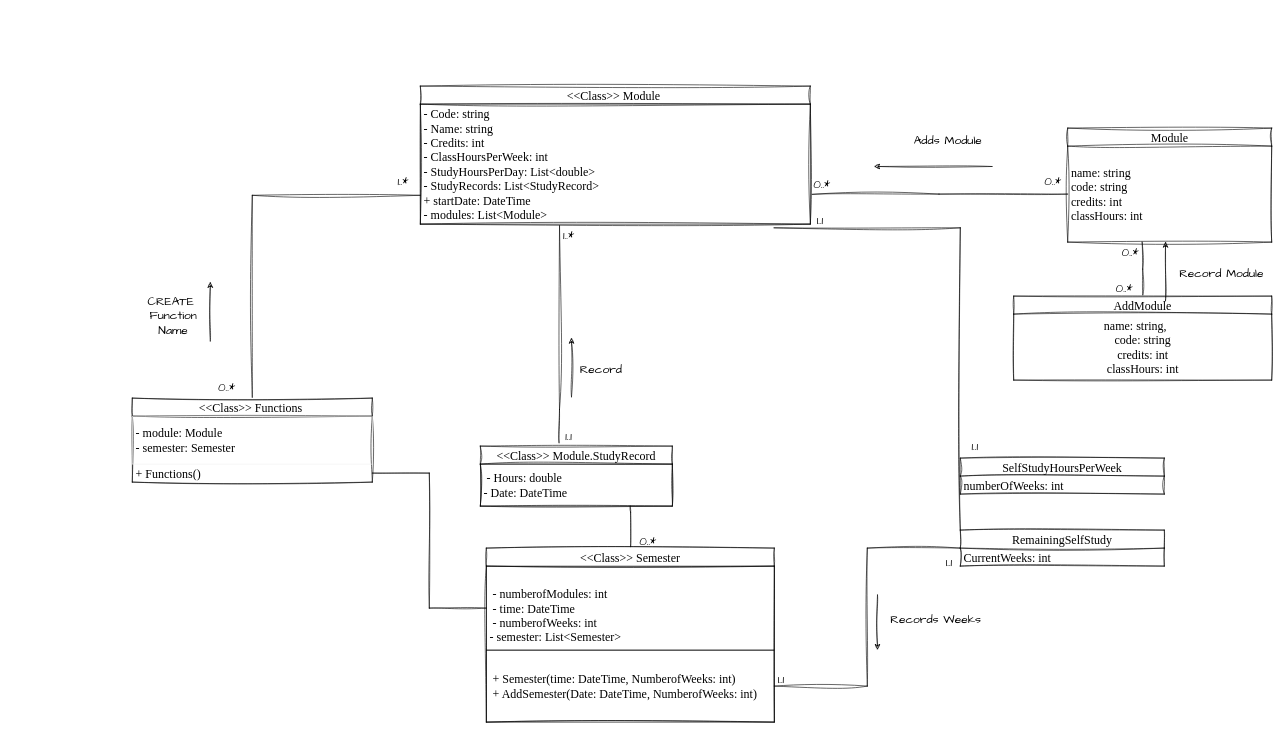
Earlier version of the draw.io diagram ModuleApp UML DIAGRAM.drawio (IIEWFL/prog6212-part-1-ST10089515). Source tidied: cells renumbered, new cells numbered last; positions are measured from the earlier drawing's top-left corner, leaving out a move shared by most shapes. Both pictures are drawn from the tidied source at 60%, with x=0, y=0 at pixel (132, 86).
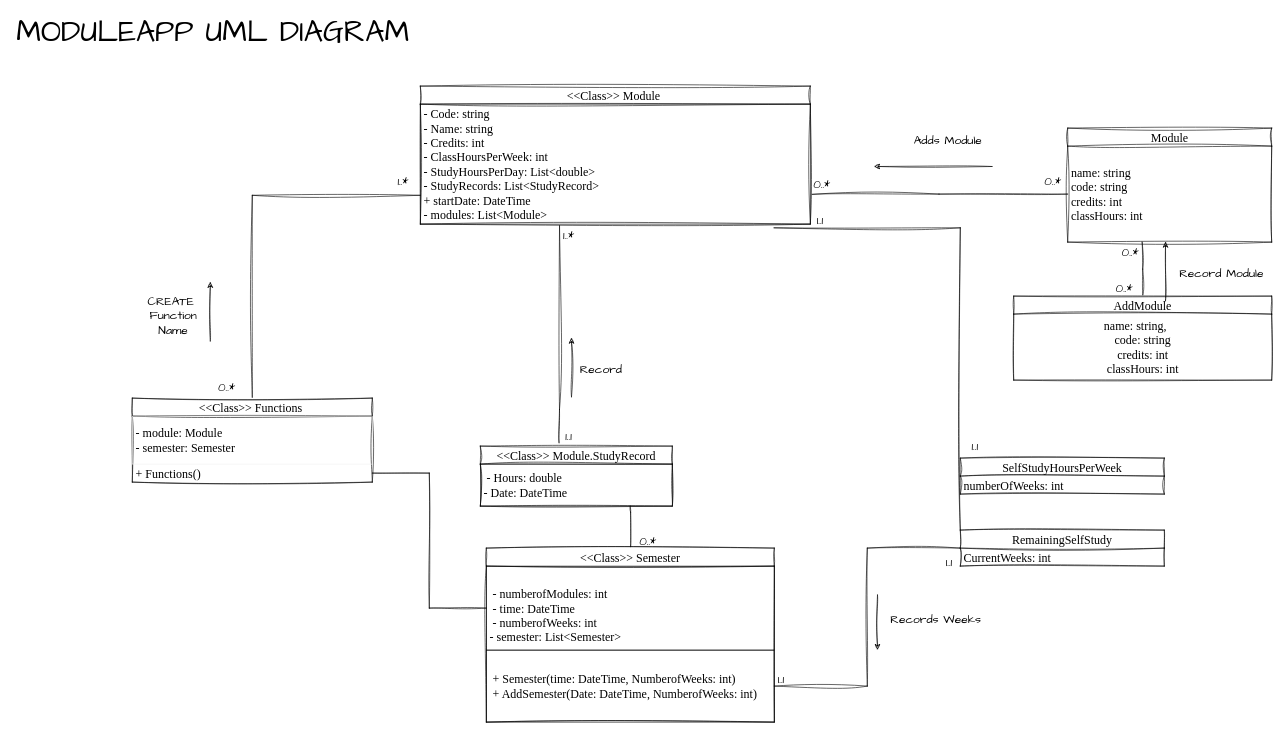
After the change.

What changed in the source:
```diff
@@
+    <mxCell id="51" value="&lt;font style=&quot;font-size: 50px;&quot;&gt;MODULEAPP UML DIAGRAM&lt;/font&gt;" style="text;html=1;align=center;verticalAlign=middle;strokeColor=none;fillColor=none;fontSize=20;fontFamily=Architects Daughter;" parent="1" vertex="1">
+      <mxGeometry x="-203" y="-126" width="673" height="72" as="geometry" />
+    </mxCell>
```
